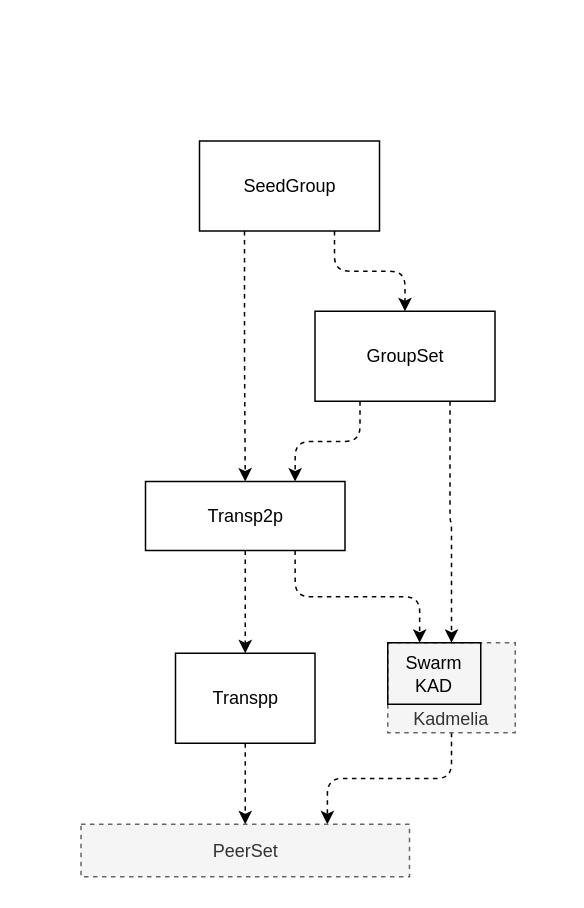
This is page "Page-5" (5 of 9) of 改造设计说明/system.drawio from plotozhu/PynxDoc, a draw.io file, before an edit. Source tidied: cells renumbered, new cells numbered last; positions are measured from the earlier drawing's top-left corner, leaving out a move shared by most shapes. Both pictures are drawn from the tidied source at 150%, with x=0, y=0 at pixel (80, 140).
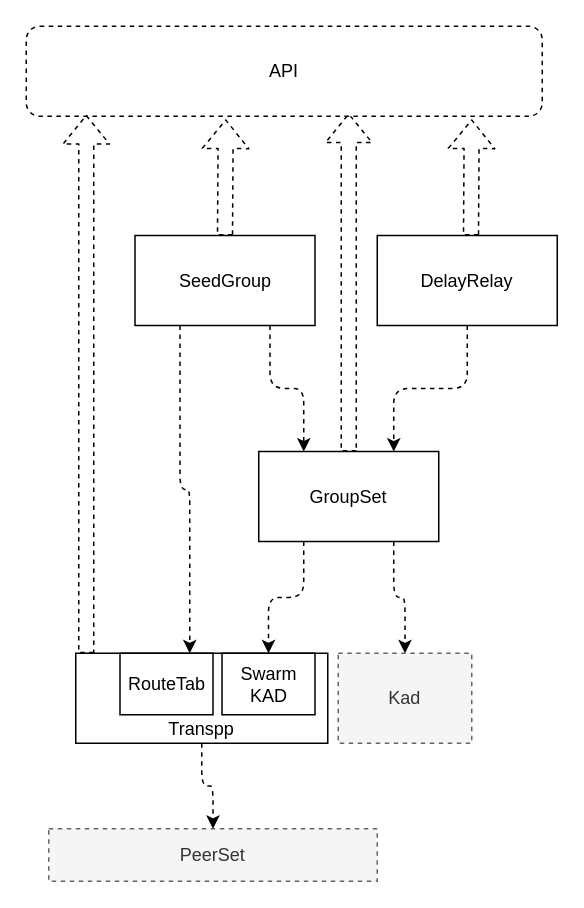
Above is the later version.

What changed in the source:
```diff
@@
-    <mxCell id="2" style="edgeStyle=orthogonalEdgeStyle;rounded=1;jettySize=auto;html=1;exitX=0.5;exitY=1;exitDx=0;exitDy=0;startArrow=none;startFill=0;endArrow=classic;endFill=1;dashed=1;entryX=0.75;entryY=0;entryDx=0;entryDy=0;" parent="1" edge="1" source="3" target="4">
-      <mxGeometry relative="1" as="geometry" />
-    </mxCell>
-    <mxCell id="3" value="Kadmelia" style="rounded=0;whiteSpace=wrap;html=1;strokeColor=#666666;fillColor=#f5f5f5;align=center;dashed=1;fontColor=#333333;verticalAlign=bottom;" parent="1" vertex="1">
-      <mxGeometry x="205" y="335" width="85" height="60" as="geometry" />
-    </mxCell>
     <mxCell id="4" value="PeerSet" style="rounded=0;whiteSpace=wrap;html=1;strokeColor=#666666;fillColor=#f5f5f5;align=center;dashed=1;fontColor=#333333;" parent="1" vertex="1">
-      <mxGeometry x="0.5" y="456" width="219" height="35" as="geometry" />
+      <mxGeometry x="-21" y="459" width="219" height="35" as="geometry" />
     </mxCell>
@@
-    <mxCell id="6" value="Transpp" style="rounded=0;whiteSpace=wrap;html=1;strokeColor=#000000;fillColor=none;align=center;" parent="1" vertex="1">
-      <mxGeometry x="63.5" y="342" width="93" height="60" as="geometry" />
+    <mxCell id="6" value="Transpp" style="rounded=0;whiteSpace=wrap;html=1;strokeColor=#000000;fillColor=none;align=center;verticalAlign=bottom;" parent="1" vertex="1">
+      <mxGeometry x="-3" y="342" width="168" height="60" as="geometry" />
     </mxCell>
-    <mxCell id="7" style="edgeStyle=orthogonalEdgeStyle;rounded=1;jettySize=auto;html=1;exitX=0.5;exitY=1;exitDx=0;exitDy=0;dashed=1;startArrow=none;startFill=0;endArrow=classic;endFill=1;" parent="1" edge="1" source="9" target="6">
-      <mxGeometry relative="1" as="geometry" />
-    </mxCell>
-    <mxCell id="8" style="edgeStyle=orthogonalEdgeStyle;rounded=1;jettySize=auto;html=1;exitX=0.75;exitY=1;exitDx=0;exitDy=0;dashed=1;startArrow=none;startFill=0;endArrow=classic;endFill=1;entryX=0.25;entryY=0;entryDx=0;entryDy=0;" parent="1" edge="1" source="9" target="3">
-      <mxGeometry relative="1" as="geometry" />
-    </mxCell>
-    <mxCell id="9" value="Transp2p" style="rounded=0;whiteSpace=wrap;html=1;strokeColor=#000000;fillColor=none;align=center;" parent="1" vertex="1">
-      <mxGeometry x="43.5" y="227.5" width="133" height="46" as="geometry" />
-    </mxCell>
     <mxCell id="10" value="Swarm KAD" style="rounded=0;whiteSpace=wrap;html=1;strokeColor=#000000;fillColor=none;align=center;" parent="1" vertex="1">
-      <mxGeometry x="205" y="335" width="62" height="41" as="geometry" />
+      <mxGeometry x="94.5" y="342" width="62" height="41" as="geometry" />
     </mxCell>
-    <mxCell id="11" style="edgeStyle=orthogonalEdgeStyle;rounded=1;jettySize=auto;html=1;exitX=0.25;exitY=1;exitDx=0;exitDy=0;dashed=1;startArrow=none;startFill=0;endArrow=classic;endFill=1;entryX=0.75;entryY=0;entryDx=0;entryDy=0;" parent="1" edge="1" source="13" target="9">
+    <mxCell id="11" style="edgeStyle=orthogonalEdgeStyle;rounded=1;jettySize=auto;html=1;exitX=0.25;exitY=1;exitDx=0;exitDy=0;dashed=1;startArrow=none;startFill=0;endArrow=classic;endFill=1;" parent="1" edge="1" source="13" target="10">
       <mxGeometry relative="1" as="geometry" />
     </mxCell>
-    <mxCell id="12" style="edgeStyle=orthogonalEdgeStyle;rounded=1;jettySize=auto;html=1;exitX=0.75;exitY=1;exitDx=0;exitDy=0;dashed=1;startArrow=none;startFill=0;endArrow=classic;endFill=1;" parent="1" edge="1" source="13" target="3">
+    <mxCell id="12" style="edgeStyle=orthogonalEdgeStyle;rounded=1;jettySize=auto;html=1;exitX=0.75;exitY=1;exitDx=0;exitDy=0;dashed=1;startArrow=none;startFill=0;endArrow=classic;endFill=1;" parent="1" edge="1" source="13" target="18">
       <mxGeometry relative="1" as="geometry" />
     </mxCell>
     <mxCell id="13" value="GroupSet" style="rounded=0;whiteSpace=wrap;html=1;strokeColor=#000000;fillColor=none;align=center;" parent="1" vertex="1">
-      <mxGeometry x="156.5" y="114" width="120" height="60" as="geometry" />
+      <mxGeometry x="119" y="207.5" width="120" height="60" as="geometry" />
     </mxCell>
-    <mxCell id="14" style="edgeStyle=orthogonalEdgeStyle;rounded=1;jettySize=auto;html=1;exitX=0.25;exitY=1;exitDx=0;exitDy=0;dashed=1;startArrow=none;startFill=0;endArrow=classic;endFill=1;" parent="1" edge="1" source="16" target="9">
+    <mxCell id="14" style="edgeStyle=orthogonalEdgeStyle;rounded=1;jettySize=auto;html=1;exitX=0.25;exitY=1;exitDx=0;exitDy=0;dashed=1;startArrow=none;startFill=0;endArrow=classic;endFill=1;entryX=0.75;entryY=0;entryDx=0;entryDy=0;" parent="1" edge="1" source="16" target="17">
       <mxGeometry relative="1" as="geometry" />
     </mxCell>
-    <mxCell id="15" style="edgeStyle=orthogonalEdgeStyle;rounded=1;jettySize=auto;html=1;exitX=0.75;exitY=1;exitDx=0;exitDy=0;dashed=1;startArrow=none;startFill=0;endArrow=classic;endFill=1;" parent="1" edge="1" source="16" target="13">
+    <mxCell id="15" style="edgeStyle=orthogonalEdgeStyle;rounded=1;jettySize=auto;html=1;exitX=0.75;exitY=1;exitDx=0;exitDy=0;dashed=1;startArrow=none;startFill=0;endArrow=classic;endFill=1;entryX=0.25;entryY=0;entryDx=0;entryDy=0;" parent="1" edge="1" source="16" target="13">
       <mxGeometry relative="1" as="geometry" />
     </mxCell>
     <mxCell id="16" value="SeedGroup" style="rounded=0;whiteSpace=wrap;html=1;strokeColor=#000000;fillColor=none;align=center;" parent="1" vertex="1">
-      <mxGeometry x="79.5" y="0.5" width="120" height="60" as="geometry" />
+      <mxGeometry x="36.5" y="63.5" width="120" height="60" as="geometry" />
     </mxCell>
+    <mxCell id="17" value="RouteTab" style="rounded=0;whiteSpace=wrap;html=1;strokeColor=#000000;fillColor=none;align=center;" parent="1" vertex="1">
+      <mxGeometry x="26.5" y="342" width="62" height="41" as="geometry" />
+    </mxCell>
+    <mxCell id="18" value="Kad" style="rounded=0;whiteSpace=wrap;html=1;strokeColor=#666666;fillColor=#f5f5f5;align=center;dashed=1;fontColor=#333333;" parent="1" vertex="1">
+      <mxGeometry x="172" y="342" width="89" height="60" as="geometry" />
+    </mxCell>
+    <mxCell id="19" style="edgeStyle=orthogonalEdgeStyle;rounded=1;jettySize=auto;html=1;exitX=0.5;exitY=1;exitDx=0;exitDy=0;entryX=0.75;entryY=0;entryDx=0;entryDy=0;startArrow=none;startFill=0;endArrow=classic;endFill=1;dashed=1;" parent="1" edge="1" source="20" target="13">
+      <mxGeometry relative="1" as="geometry" />
+    </mxCell>
+    <mxCell id="20" value="DelayRelay" style="rounded=0;whiteSpace=wrap;html=1;strokeColor=#000000;fillColor=none;align=center;" parent="1" vertex="1">
+      <mxGeometry x="198" y="63.5" width="120" height="60" as="geometry" />
+    </mxCell>
+    <mxCell id="21" style="shape=flexArrow;endArrow=classic;html=1;dashed=1;exitX=0.5;exitY=0;exitDx=0;exitDy=0;" parent="1" edge="1" source="16">
+      <mxGeometry relative="1" as="geometry">
+        <mxPoint x="97" y="-14" as="targetPoint" />
+      </mxGeometry>
+    </mxCell>
+    <mxCell id="22" style="shape=flexArrow;endArrow=classic;html=1;dashed=1;exitX=0.5;exitY=0;exitDx=0;exitDy=0;" parent="1" edge="1" source="13">
+      <mxGeometry relative="1" as="geometry">
+        <mxPoint x="179" y="-18" as="targetPoint" />
+      </mxGeometry>
+    </mxCell>
+    <mxCell id="23" style="shape=flexArrow;endArrow=classic;html=1;dashed=1;exitX=0.5;exitY=0;exitDx=0;exitDy=0;" parent="1" edge="1">
+      <mxGeometry relative="1" as="geometry">
+        <mxPoint x="260.5" y="63.5" as="sourcePoint" />
+        <mxPoint x="261" y="-14" as="targetPoint" />
+      </mxGeometry>
+    </mxCell>
+    <mxCell id="24" value="API" style="rounded=1;whiteSpace=wrap;html=1;dashed=1;" parent="1" vertex="1">
+      <mxGeometry x="-36" y="-76" width="344" height="60" as="geometry" />
+    </mxCell>
+    <mxCell id="25" style="shape=flexArrow;endArrow=classic;html=1;dashed=1;exitX=0.5;exitY=0;exitDx=0;exitDy=0;" parent="1" edge="1">
+      <mxGeometry relative="1" as="geometry">
+        <mxPoint x="4" y="342" as="sourcePoint" />
+        <mxPoint x="4" y="-17" as="targetPoint" />
+      </mxGeometry>
+    </mxCell>
```
